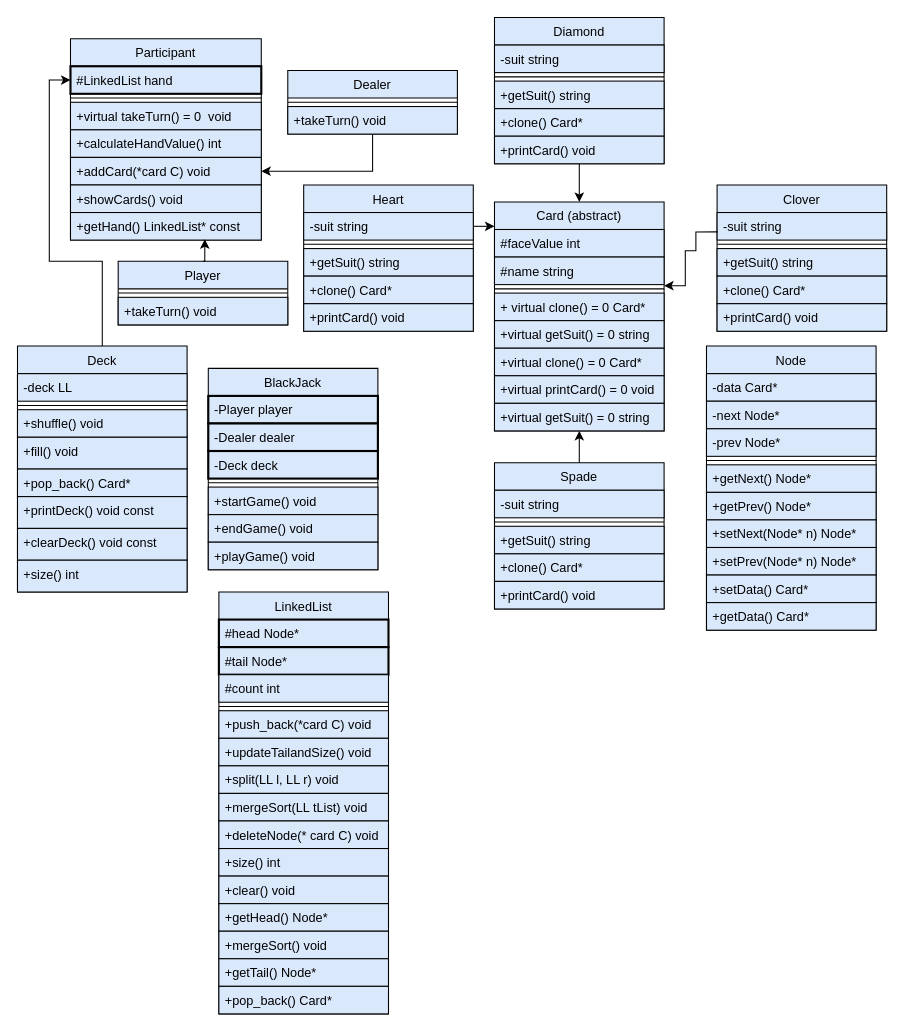
tiberiusl/Blackjack340 keeps this draw.io diagram as UMLv2.drawio. Above is the earlier version. Source tidied: cells renumbered, new cells numbered last; positions are measured from the earlier drawing's top-left corner, leaving out a move shared by most shapes. Both pictures are drawn from the tidied source at 106%, with x=0, y=0 at pixel (17, 17).
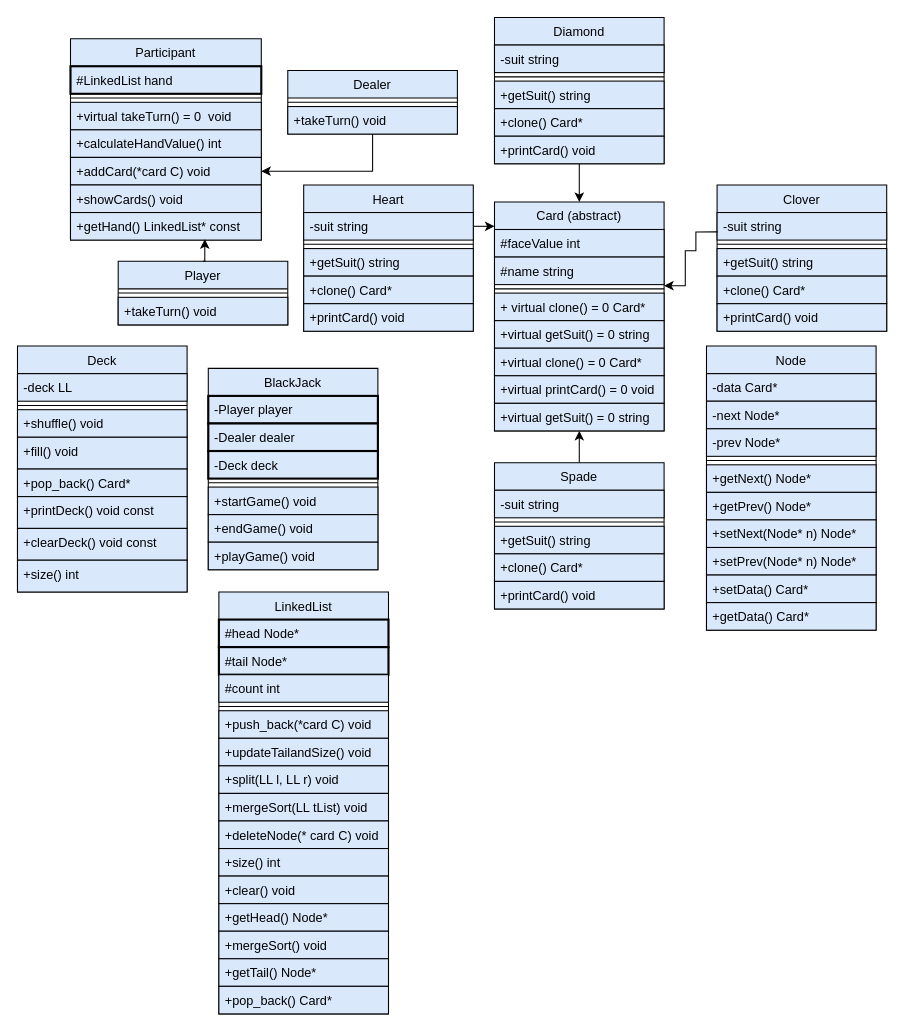
The same page after the edit.

Commit message:
removed Deck as inherited from participant

Unchanged cells that the change refers to:
```xml
<mxCell id="51" value="#LinkedList hand" style="text;align=left;verticalAlign=top;spacingLeft=4;spacingRight=4;overflow=hidden;points=[[0,0.5],[1,0.5]];portConstraint=eastwest;strokeWidth=2;fillColor=#dae8fc;strokeColor=#000000;" parent="50" vertex="1">
  <mxGeometry y="26" width="180" height="26" as="geometry" />
</mxCell>
<mxCell id="90" value="Deck" style="swimlane;fontStyle=0;align=center;verticalAlign=top;horizontal=1;startSize=26;rounded=0;shadow=0;strokeWidth=1;fillColor=#dae8fc;strokeColor=#000000;" parent="1" vertex="1">
  <mxGeometry y="310" width="160" height="232" as="geometry" />
</mxCell>
```

Change to the diagram source:
```diff
@@
-    <mxCell id="99" style="edgeStyle=orthogonalEdgeStyle;rounded=0;jettySize=auto;html=1;entryX=0;entryY=0.5;entryDx=0;entryDy=0;fillColor=#dae8fc;strokeColor=#000000;" parent="1" edge="1" source="90" target="51">
-      <mxGeometry relative="1" as="geometry">
-        <Array as="points">
-          <mxPoint x="80" y="230" />
-          <mxPoint x="30" y="230" />
-          <mxPoint x="30" y="59" />
-        </Array>
-      </mxGeometry>
-    </mxCell>
```
